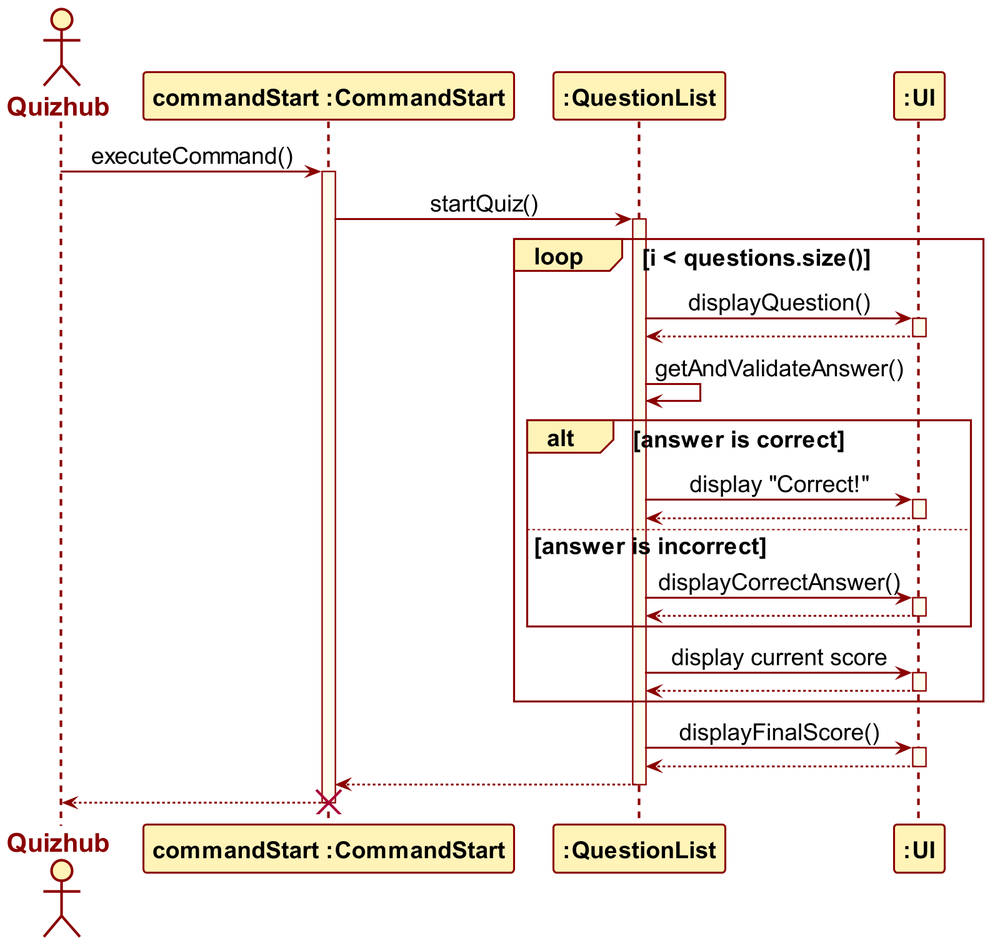
The PlantUML diagram docs/UML/Images/uiDisplayQuiz.png in nus-cs2113-AY2324S1/tp, before a commit. Its source is kept beside it as docs/UML/Puml/uiDisplayQuiz.puml.
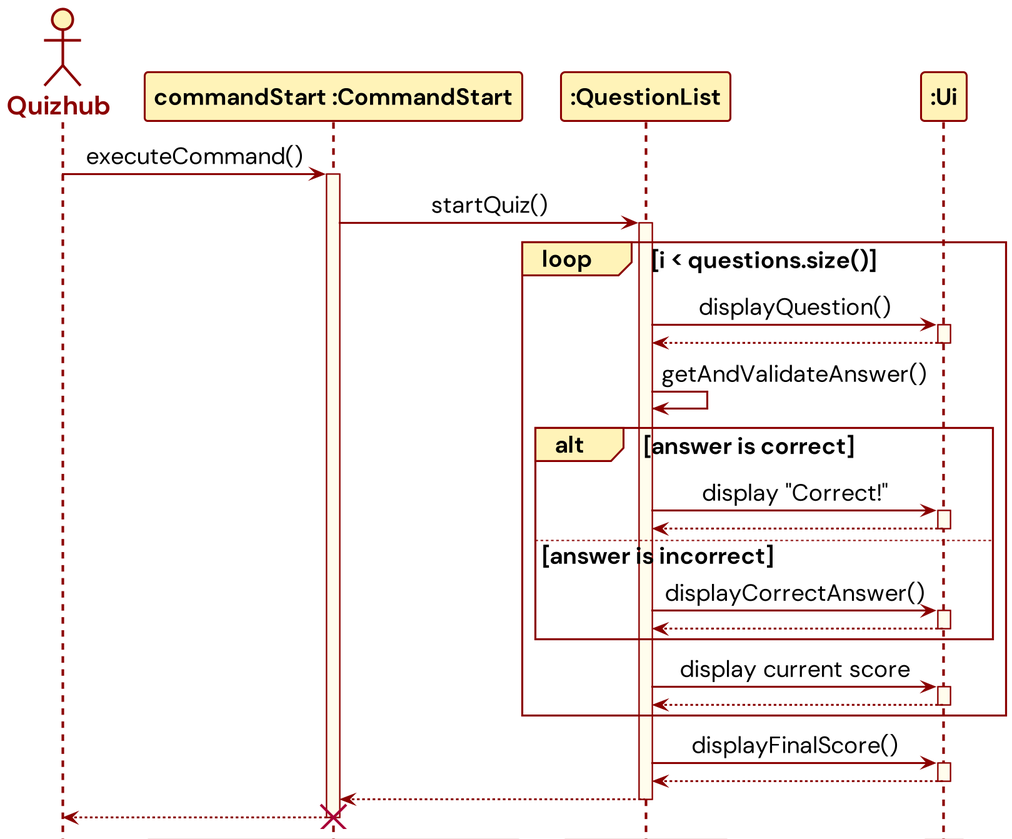
Above is the later version.

What changed in the source:
```diff
@@ -4,7 +4,7 @@
 actor Quizhub
 participant CommandStart as "commandStart :CommandStart"
 participant QuestionList as ":QuestionList"
-participant ui as ":UI"
+participant ui as ":Ui"
 
 
 Quizhub -> CommandStart : executeCommand()
```
